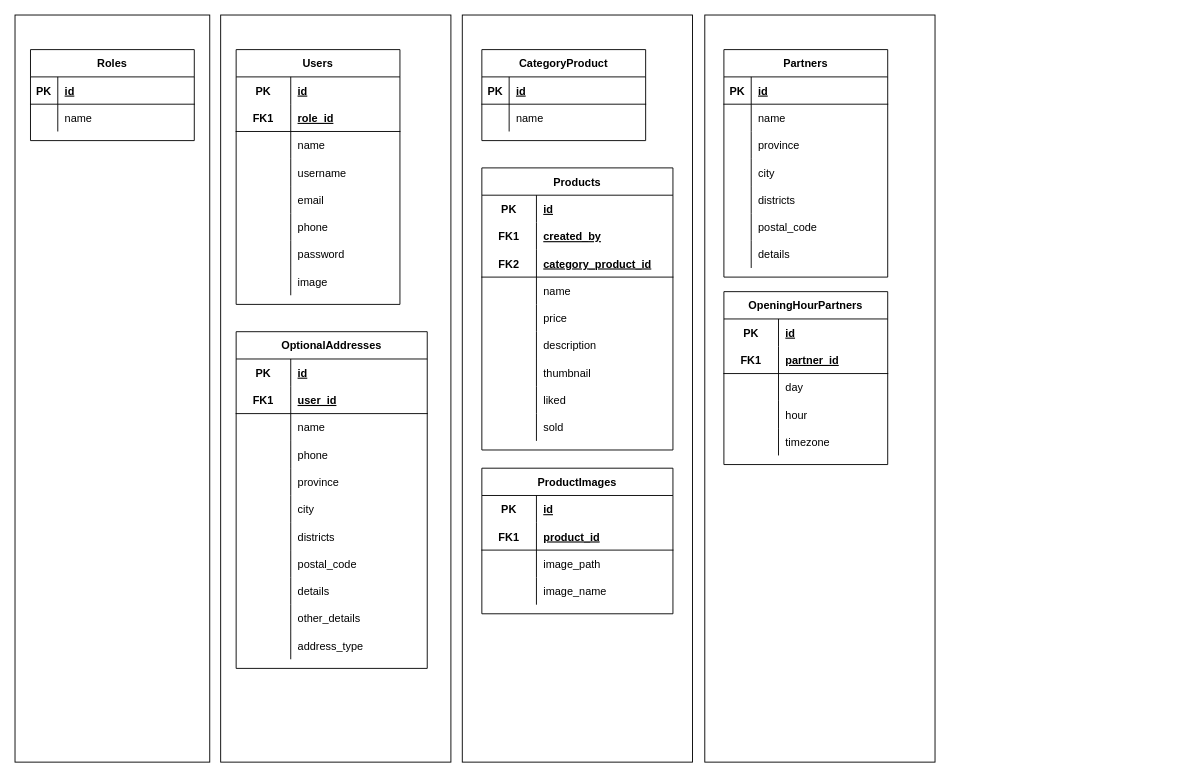
The draw.io diagram Teras.drawio in hakim-asrori/Rancangan-Database-Teras, before the edit. Source tidied: cells renumbered, new cells numbered last; positions are measured from the earlier drawing's top-left corner, leaving out a move shared by most shapes. Both pictures are drawn from the tidied source at 91%, with x=0, y=0 at pixel (15, 15).
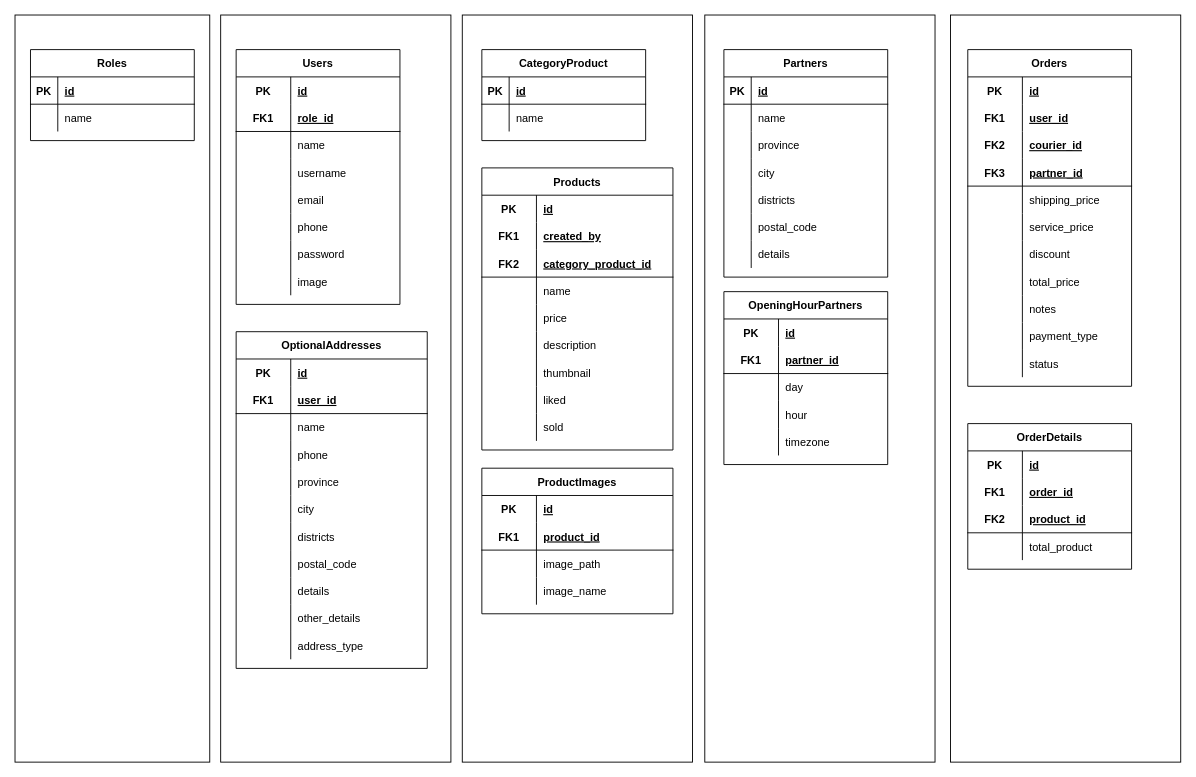
The same diagram, later.

The edit, as a diff of the source:
```diff
@@
+    <mxCell id="158" style="rounded=0;whiteSpace=wrap;html=1;" parent="1" vertex="1">
+      <mxGeometry x="1028" width="253" height="821" as="geometry" />
+    </mxCell>
+    <mxCell id="159" value="Orders" style="shape=table;startSize=30;childLayout=tableLayout;rowLines=0;fontStyle=1;align=center;" parent="1" vertex="1">
+      <mxGeometry x="1047" y="38" width="180" height="370" as="geometry" />
+    </mxCell>
+    <mxCell id="160" style="shape=tableRow;horizontal=0;startSize=0;swimlaneHead=0;swimlaneBody=0;fillColor=none;top=0;left=0;right=0;bottom=0;" parent="159" vertex="1">
+      <mxGeometry y="30" width="180" height="30" as="geometry" />
+    </mxCell>
+    <mxCell id="161" value="PK" style="shape=partialRectangle;fillColor=none;top=0;left=0;bottom=0;right=0;fontStyle=1;overflow=hidden;" parent="160" vertex="1">
+      <mxGeometry width="60" height="30" as="geometry" />
+    </mxCell>
+    <mxCell id="162" value="id" style="shape=partialRectangle;fillColor=none;top=0;left=0;bottom=0;right=0;align=left;spacingLeft=6;fontStyle=5;overflow=hidden;" parent="160" vertex="1">
+      <mxGeometry x="60" width="120" height="30" as="geometry" />
+    </mxCell>
+    <mxCell id="163" style="shape=tableRow;horizontal=0;startSize=0;swimlaneHead=0;swimlaneBody=0;fillColor=none;top=0;left=0;right=0;bottom=0;" parent="159" vertex="1">
+      <mxGeometry y="60" width="180" height="30" as="geometry" />
+    </mxCell>
+    <mxCell id="164" value="FK1" style="shape=partialRectangle;fillColor=none;top=0;left=0;bottom=0;right=0;fontStyle=1;overflow=hidden;" parent="163" vertex="1">
+      <mxGeometry width="60" height="30" as="geometry" />
+    </mxCell>
+    <mxCell id="165" value="user_id" style="shape=partialRectangle;fillColor=none;top=0;left=0;bottom=0;right=0;align=left;spacingLeft=6;fontStyle=5;overflow=hidden;" parent="163" vertex="1">
+      <mxGeometry x="60" width="120" height="30" as="geometry" />
+    </mxCell>
+    <mxCell id="166" style="shape=tableRow;horizontal=0;startSize=0;swimlaneHead=0;swimlaneBody=0;fillColor=none;top=0;left=0;right=0;bottom=0;" parent="159" vertex="1">
+      <mxGeometry y="90" width="180" height="30" as="geometry" />
+    </mxCell>
+    <mxCell id="167" value="FK2" style="shape=partialRectangle;fillColor=none;top=0;left=0;bottom=0;right=0;fontStyle=1;overflow=hidden;" parent="166" vertex="1">
+      <mxGeometry width="60" height="30" as="geometry" />
+    </mxCell>
+    <mxCell id="168" value="courier_id" style="shape=partialRectangle;fillColor=none;top=0;left=0;bottom=0;right=0;align=left;spacingLeft=6;fontStyle=5;overflow=hidden;" parent="166" vertex="1">
+      <mxGeometry x="60" width="120" height="30" as="geometry" />
+    </mxCell>
+    <mxCell id="169" style="shape=tableRow;horizontal=0;startSize=0;swimlaneHead=0;swimlaneBody=0;fillColor=none;top=0;left=0;right=0;bottom=1;" parent="159" vertex="1">
+      <mxGeometry y="120" width="180" height="30" as="geometry" />
+    </mxCell>
+    <mxCell id="170" value="FK3" style="shape=partialRectangle;fillColor=none;top=0;left=0;bottom=0;right=0;fontStyle=1;overflow=hidden;" parent="169" vertex="1">
+      <mxGeometry width="60" height="30" as="geometry" />
+    </mxCell>
+    <mxCell id="171" value="partner_id" style="shape=partialRectangle;fillColor=none;top=0;left=0;bottom=0;right=0;align=left;spacingLeft=6;fontStyle=5;overflow=hidden;" parent="169" vertex="1">
+      <mxGeometry x="60" width="120" height="30" as="geometry" />
+    </mxCell>
+    <mxCell id="172" style="shape=tableRow;horizontal=0;startSize=0;swimlaneHead=0;swimlaneBody=0;fillColor=none;top=0;left=0;right=0;bottom=0;" parent="159" vertex="1">
+      <mxGeometry y="150" width="180" height="30" as="geometry" />
+    </mxCell>
+    <mxCell id="173" style="shape=partialRectangle;fillColor=none;top=0;left=0;bottom=0;right=0;overflow=hidden;" parent="172" vertex="1">
+      <mxGeometry width="60" height="30" as="geometry" />
+    </mxCell>
+    <mxCell id="174" value="shipping_price" style="shape=partialRectangle;fillColor=none;top=0;left=0;bottom=0;right=0;align=left;spacingLeft=6;overflow=hidden;" parent="172" vertex="1">
+      <mxGeometry x="60" width="120" height="30" as="geometry" />
+    </mxCell>
+    <mxCell id="175" style="shape=tableRow;horizontal=0;startSize=0;swimlaneHead=0;swimlaneBody=0;fillColor=none;top=0;left=0;right=0;bottom=0;" parent="159" vertex="1">
+      <mxGeometry y="180" width="180" height="30" as="geometry" />
+    </mxCell>
+    <mxCell id="176" style="shape=partialRectangle;fillColor=none;top=0;left=0;bottom=0;right=0;overflow=hidden;" parent="175" vertex="1">
+      <mxGeometry width="60" height="30" as="geometry" />
+    </mxCell>
+    <mxCell id="177" value="service_price" style="shape=partialRectangle;fillColor=none;top=0;left=0;bottom=0;right=0;align=left;spacingLeft=6;overflow=hidden;" parent="175" vertex="1">
+      <mxGeometry x="60" width="120" height="30" as="geometry" />
+    </mxCell>
+    <mxCell id="178" style="shape=tableRow;horizontal=0;startSize=0;swimlaneHead=0;swimlaneBody=0;fillColor=none;top=0;left=0;right=0;bottom=0;" parent="159" vertex="1">
+      <mxGeometry y="210" width="180" height="30" as="geometry" />
+    </mxCell>
+    <mxCell id="179" style="shape=partialRectangle;fillColor=none;top=0;left=0;bottom=0;right=0;overflow=hidden;" parent="178" vertex="1">
+      <mxGeometry width="60" height="30" as="geometry" />
+    </mxCell>
+    <mxCell id="180" value="discount" style="shape=partialRectangle;fillColor=none;top=0;left=0;bottom=0;right=0;align=left;spacingLeft=6;overflow=hidden;" parent="178" vertex="1">
+      <mxGeometry x="60" width="120" height="30" as="geometry" />
+    </mxCell>
+    <mxCell id="181" style="shape=tableRow;horizontal=0;startSize=0;swimlaneHead=0;swimlaneBody=0;fillColor=none;top=0;left=0;right=0;bottom=0;" parent="159" vertex="1">
+      <mxGeometry y="240" width="180" height="30" as="geometry" />
+    </mxCell>
+    <mxCell id="182" style="shape=partialRectangle;fillColor=none;top=0;left=0;bottom=0;right=0;overflow=hidden;" parent="181" vertex="1">
+      <mxGeometry width="60" height="30" as="geometry" />
+    </mxCell>
+    <mxCell id="183" value="total_price" style="shape=partialRectangle;fillColor=none;top=0;left=0;bottom=0;right=0;align=left;spacingLeft=6;overflow=hidden;" parent="181" vertex="1">
+      <mxGeometry x="60" width="120" height="30" as="geometry" />
+    </mxCell>
+    <mxCell id="184" style="shape=tableRow;horizontal=0;startSize=0;swimlaneHead=0;swimlaneBody=0;fillColor=none;top=0;left=0;right=0;bottom=0;" parent="159" vertex="1">
+      <mxGeometry y="270" width="180" height="30" as="geometry" />
+    </mxCell>
+    <mxCell id="185" style="shape=partialRectangle;fillColor=none;top=0;left=0;bottom=0;right=0;overflow=hidden;" parent="184" vertex="1">
+      <mxGeometry width="60" height="30" as="geometry" />
+    </mxCell>
+    <mxCell id="186" value="notes" style="shape=partialRectangle;fillColor=none;top=0;left=0;bottom=0;right=0;align=left;spacingLeft=6;overflow=hidden;" parent="184" vertex="1">
+      <mxGeometry x="60" width="120" height="30" as="geometry" />
+    </mxCell>
+    <mxCell id="187" style="shape=tableRow;horizontal=0;startSize=0;swimlaneHead=0;swimlaneBody=0;fillColor=none;top=0;left=0;right=0;bottom=0;" parent="159" vertex="1">
+      <mxGeometry y="300" width="180" height="30" as="geometry" />
+    </mxCell>
+    <mxCell id="188" style="shape=partialRectangle;fillColor=none;top=0;left=0;bottom=0;right=0;overflow=hidden;" parent="187" vertex="1">
+      <mxGeometry width="60" height="30" as="geometry" />
+    </mxCell>
+    <mxCell id="189" value="payment_type" style="shape=partialRectangle;fillColor=none;top=0;left=0;bottom=0;right=0;align=left;spacingLeft=6;overflow=hidden;" parent="187" vertex="1">
+      <mxGeometry x="60" width="120" height="30" as="geometry" />
+    </mxCell>
+    <mxCell id="190" style="shape=tableRow;horizontal=0;startSize=0;swimlaneHead=0;swimlaneBody=0;fillColor=none;top=0;left=0;right=0;bottom=0;" parent="159" vertex="1">
+      <mxGeometry y="330" width="180" height="30" as="geometry" />
+    </mxCell>
+    <mxCell id="191" style="shape=partialRectangle;fillColor=none;top=0;left=0;bottom=0;right=0;overflow=hidden;" parent="190" vertex="1">
+      <mxGeometry width="60" height="30" as="geometry" />
+    </mxCell>
+    <mxCell id="192" value="status" style="shape=partialRectangle;fillColor=none;top=0;left=0;bottom=0;right=0;align=left;spacingLeft=6;overflow=hidden;" parent="190" vertex="1">
+      <mxGeometry x="60" width="120" height="30" as="geometry" />
+    </mxCell>
+    <mxCell id="193" value="OrderDetails" style="shape=table;startSize=30;childLayout=tableLayout;rowLines=0;fontStyle=1;align=center;" parent="1" vertex="1">
+      <mxGeometry x="1047" y="449" width="180" height="160" as="geometry" />
+    </mxCell>
+    <mxCell id="194" style="shape=tableRow;horizontal=0;startSize=0;swimlaneHead=0;swimlaneBody=0;fillColor=none;top=0;left=0;right=0;bottom=0;" parent="193" vertex="1">
+      <mxGeometry y="30" width="180" height="30" as="geometry" />
+    </mxCell>
+    <mxCell id="195" value="PK" style="shape=partialRectangle;fillColor=none;top=0;left=0;bottom=0;right=0;fontStyle=1;overflow=hidden;" parent="194" vertex="1">
+      <mxGeometry width="60" height="30" as="geometry" />
+    </mxCell>
+    <mxCell id="196" value="id" style="shape=partialRectangle;fillColor=none;top=0;left=0;bottom=0;right=0;align=left;spacingLeft=6;fontStyle=5;overflow=hidden;" parent="194" vertex="1">
+      <mxGeometry x="60" width="120" height="30" as="geometry" />
+    </mxCell>
+    <mxCell id="197" style="shape=tableRow;horizontal=0;startSize=0;swimlaneHead=0;swimlaneBody=0;fillColor=none;top=0;left=0;right=0;bottom=0;" parent="193" vertex="1">
+      <mxGeometry y="60" width="180" height="30" as="geometry" />
+    </mxCell>
+    <mxCell id="198" value="FK1" style="shape=partialRectangle;fillColor=none;top=0;left=0;bottom=0;right=0;fontStyle=1;overflow=hidden;" parent="197" vertex="1">
+      <mxGeometry width="60" height="30" as="geometry" />
+    </mxCell>
+    <mxCell id="199" value="order_id" style="shape=partialRectangle;fillColor=none;top=0;left=0;bottom=0;right=0;align=left;spacingLeft=6;fontStyle=5;overflow=hidden;" parent="197" vertex="1">
+      <mxGeometry x="60" width="120" height="30" as="geometry" />
+    </mxCell>
+    <mxCell id="200" style="shape=tableRow;horizontal=0;startSize=0;swimlaneHead=0;swimlaneBody=0;fillColor=none;top=0;left=0;right=0;bottom=1;" parent="193" vertex="1">
+      <mxGeometry y="90" width="180" height="30" as="geometry" />
+    </mxCell>
+    <mxCell id="201" value="FK2" style="shape=partialRectangle;fillColor=none;top=0;left=0;bottom=0;right=0;fontStyle=1;overflow=hidden;" parent="200" vertex="1">
+      <mxGeometry width="60" height="30" as="geometry" />
+    </mxCell>
+    <mxCell id="202" value="product_id" style="shape=partialRectangle;fillColor=none;top=0;left=0;bottom=0;right=0;align=left;spacingLeft=6;fontStyle=5;overflow=hidden;" parent="200" vertex="1">
+      <mxGeometry x="60" width="120" height="30" as="geometry" />
+    </mxCell>
+    <mxCell id="203" style="shape=tableRow;horizontal=0;startSize=0;swimlaneHead=0;swimlaneBody=0;fillColor=none;top=0;left=0;right=0;bottom=0;" parent="193" vertex="1">
+      <mxGeometry y="120" width="180" height="30" as="geometry" />
+    </mxCell>
+    <mxCell id="204" style="shape=partialRectangle;fillColor=none;top=0;left=0;bottom=0;right=0;overflow=hidden;" parent="203" vertex="1">
+      <mxGeometry width="60" height="30" as="geometry" />
+    </mxCell>
+    <mxCell id="205" value="total_product" style="shape=partialRectangle;fillColor=none;top=0;left=0;bottom=0;right=0;align=left;spacingLeft=6;overflow=hidden;" parent="203" vertex="1">
+      <mxGeometry x="60" width="120" height="30" as="geometry" />
+    </mxCell>
```
